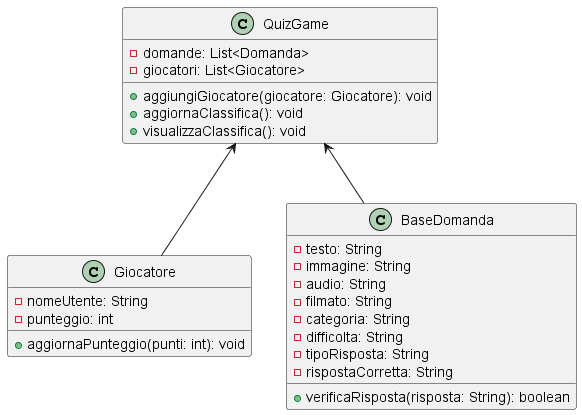
This is 7_Allegati/DiagrammaClassi/DiagrammaClassi.png from AndreaCasamatta1/Progetto-QuizGame, a PlantUML export, as it was before one commit.
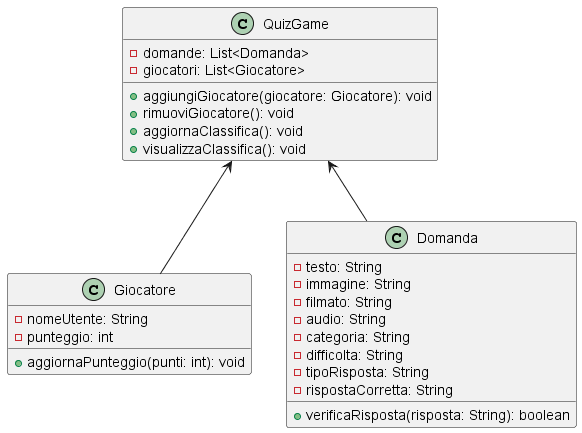
Later version of the same file.

Diff of the diagram source:
```diff
@@ -5,11 +5,11 @@
   + aggiornaPunteggio(punti: int): void
 }
 
-class BaseDomanda {
+class Domanda {
   - testo: String
   - immagine: String
+  - filmato: String
   - audio: String
-  - filmato: String
   - categoria: String
   - difficolta: String
   - tipoRisposta: String
@@ -21,12 +21,13 @@
   - domande: List<Domanda>
   - giocatori: List<Giocatore>
   + aggiungiGiocatore(giocatore: Giocatore): void
+  + rimuoviGiocatore(): void
   + aggiornaClassifica(): void
   + visualizzaClassifica(): void
 }
 
 Giocatore-u->QuizGame
-BaseDomanda-u->QuizGame
+Domanda-u->QuizGame
 
 
 @enduml
```
